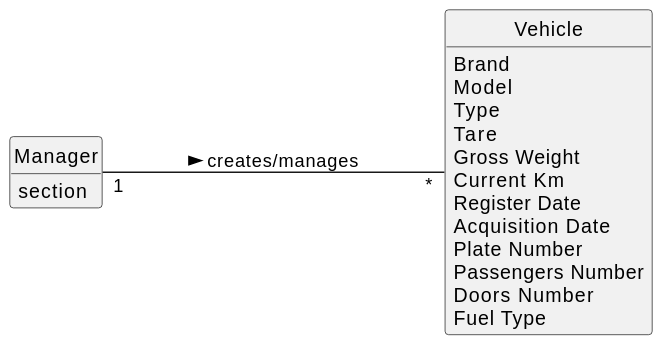
Before: docs/sprintA/us07/02.analysis/svg/us07-domain-model.svg, a diagram exported from PlantUML (Paulo-Pereira-at-ISEP/lei-24-s2-1nanb-g321). Its diagram source:
```plantuml
@startuml
skinparam monochrome true
skinparam packageStyle rectangle
skinparam shadowing false

left to right direction

skinparam classAttributeIconSize 0

hide circle
hide methods

class Manager {
    section
}

class Vehicle {
    Brand
    Model
    Type
    Tare
    Gross Weight
    Current Km
    Register Date
    Acquisition Date
    Maintenance/Check-up Frequency (in Km)
    Plate Number
    Passengers Number
    Doors Number
    Fuel Type
    Trailer Machines (Yes/No)
    Last Maintenance/Check-up (Km)
    Last Maintenance/Check-up (Date)
}

Manager "1" --- "*" Vehicle: creates/manages >
@enduml
```
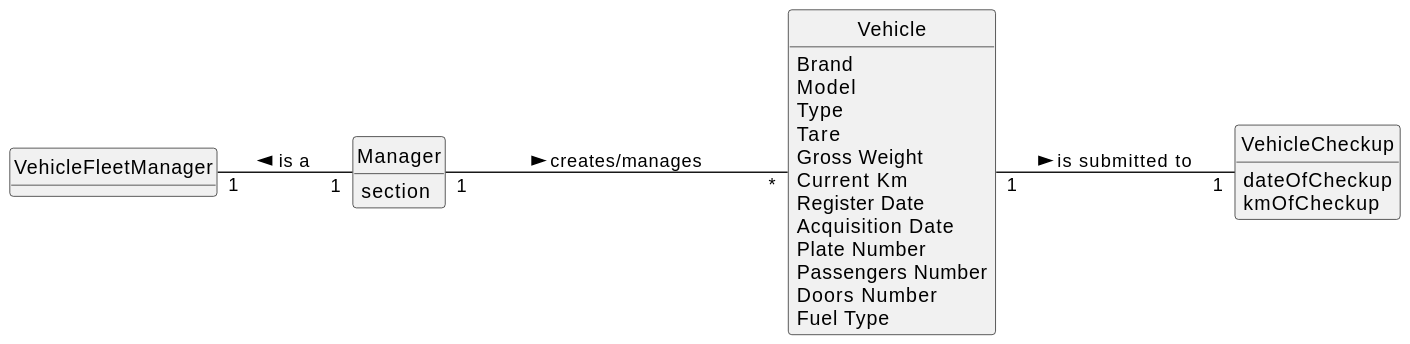
Later version of the same file.

Commit message:
LGGPM-45 - US07 update domain model

The edit, as a diff of the source:
```diff
@@ -12,6 +12,10 @@
 
 class Manager {
     section
+}
+
+class VehicleFleetManager {
+
 }
 
 class Vehicle {
@@ -33,5 +37,12 @@
     Last Maintenance/Check-up (Date)
 }
 
+class VehicleCheckup{
+    dateOfCheckup
+    kmOfCheckup
+}
+
 Manager "1" --- "*" Vehicle: creates/manages >
+Manager "1" --up "1" VehicleFleetManager: is a >
+Vehicle "1" -- "1" VehicleCheckup: is submitted to >
 @enduml
```
